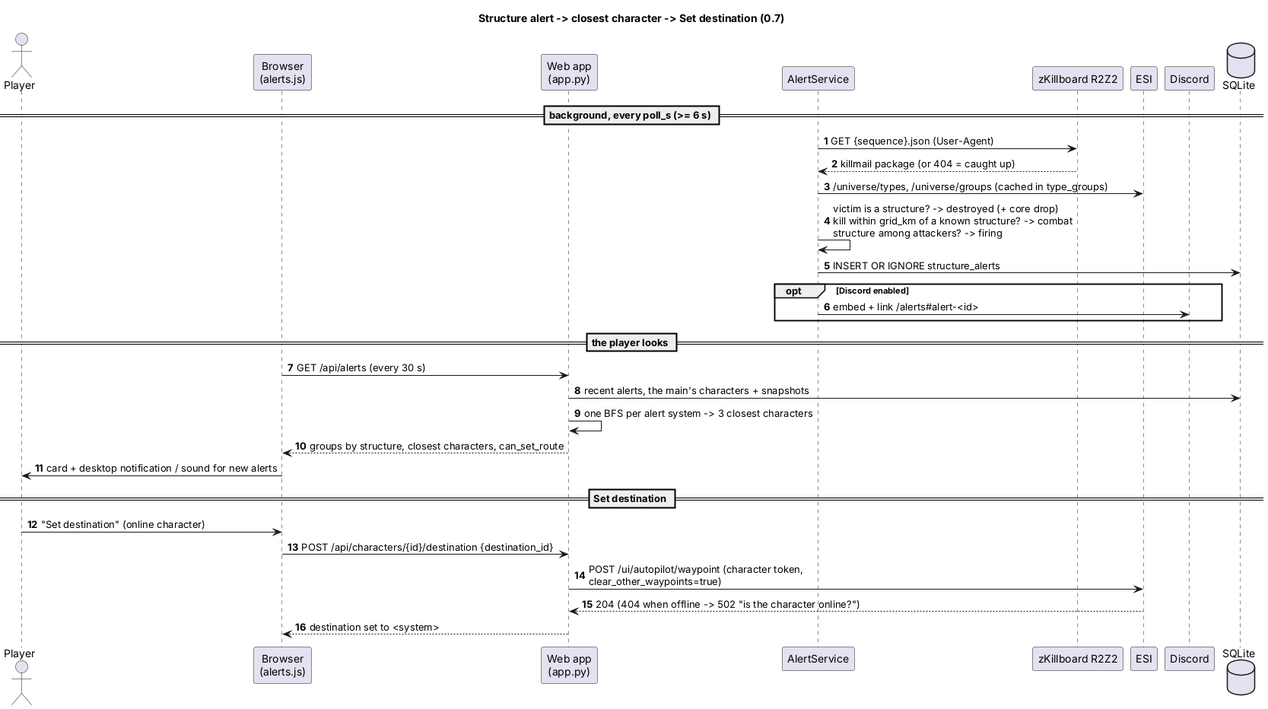
Earlier version of the PlantUML export docs/diagrams/seq-structure-alert.png (Headruner/war-bot-2).
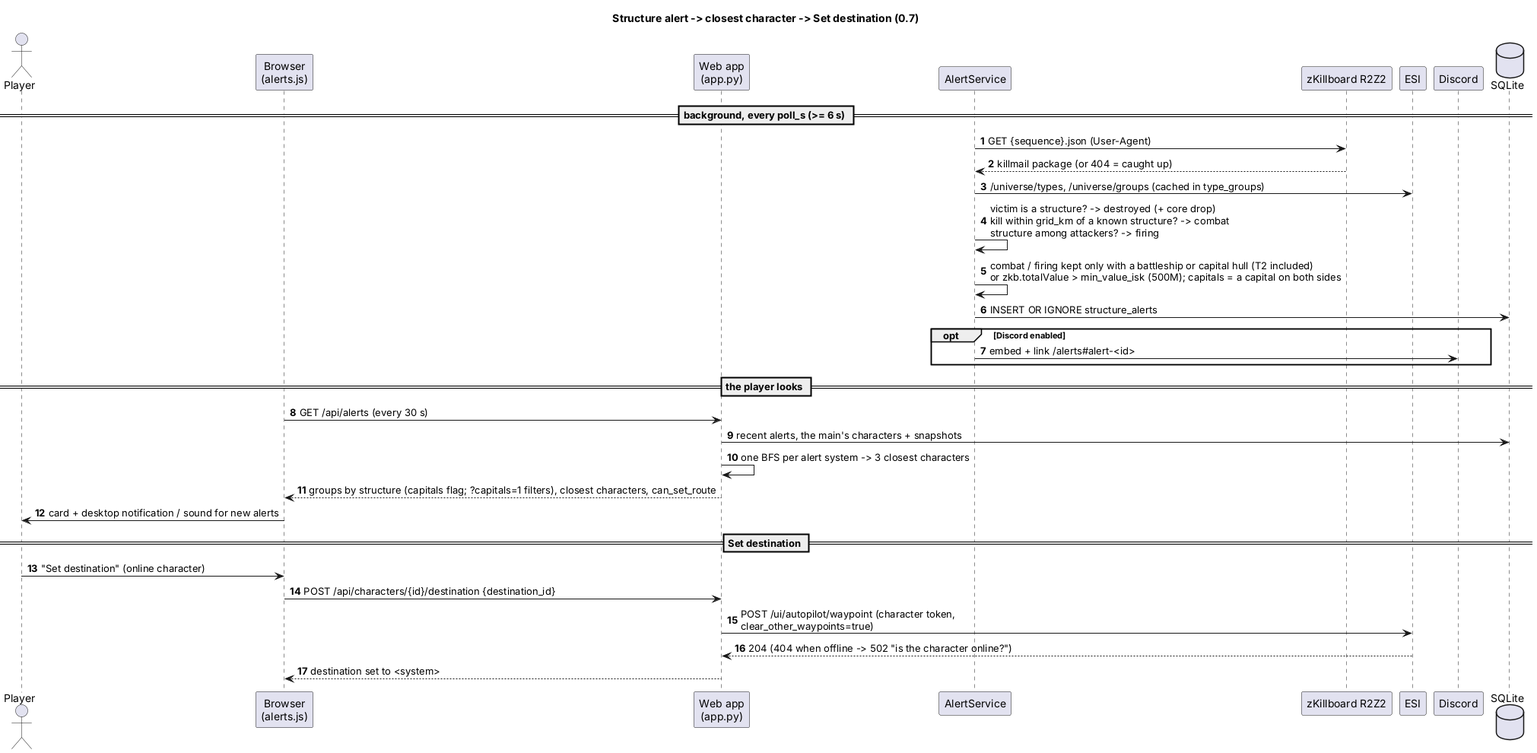
After the change.

What changed in the source:
```diff
@@ -15,6 +15,7 @@
 zkb --> alerts : killmail package (or 404 = caught up)
 alerts -> esi : /universe/types, /universe/groups (cached in type_groups)
 alerts -> alerts : victim is a structure? -> destroyed (+ core drop)\nkill within grid_km of a known structure? -> combat\nstructure among attackers? -> firing
+alerts -> alerts : combat / firing kept only with a battleship or capital hull (T2 included)\nor zkb.totalValue > min_value_isk (500M); capitals = a capital on both sides
 alerts -> db : INSERT OR IGNORE structure_alerts
 opt Discord enabled
   alerts -> discord : embed + link /alerts#alert-<id>
@@ -24,7 +25,7 @@
 ui -> web : GET /api/alerts (every 30 s)
 web -> db : recent alerts, the main's characters + snapshots
 web -> web : one BFS per alert system -> 3 closest characters
-web --> ui : groups by structure, closest characters, can_set_route
+web --> ui : groups by structure (capitals flag; ?capitals=1 filters), closest characters, can_set_route
 ui -> user : card + desktop notification / sound for new alerts
 
 == Set destination ==
```
